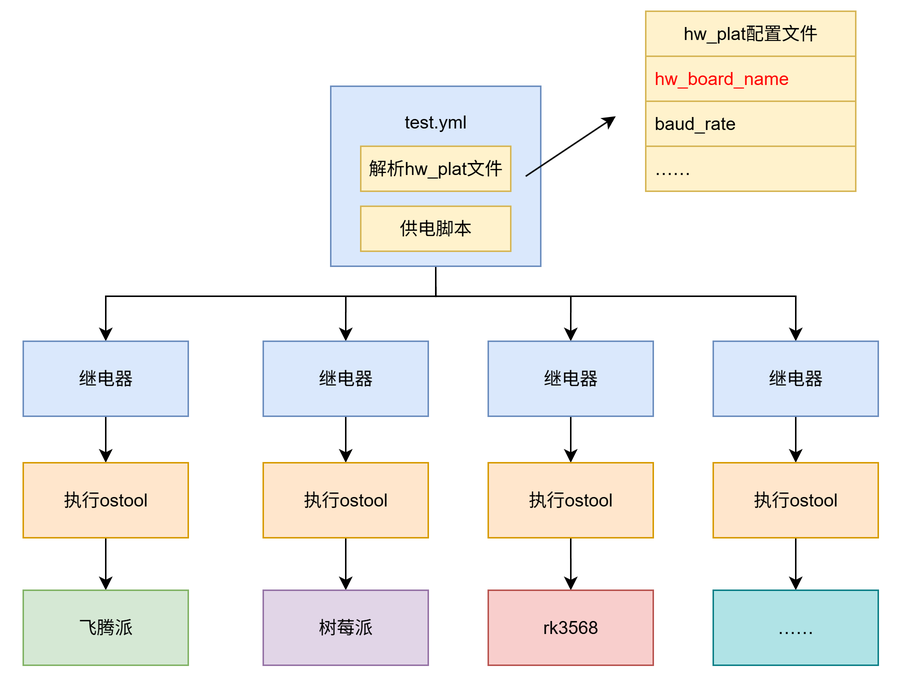
Above: img/board_test.png in arceos-hypervisor/axboard_test (draw.io), before the change. Source tidied: cells renumbered, new cells last; positions are measured from the earlier drawing's top-left corner, leaving out a move shared by most shapes.
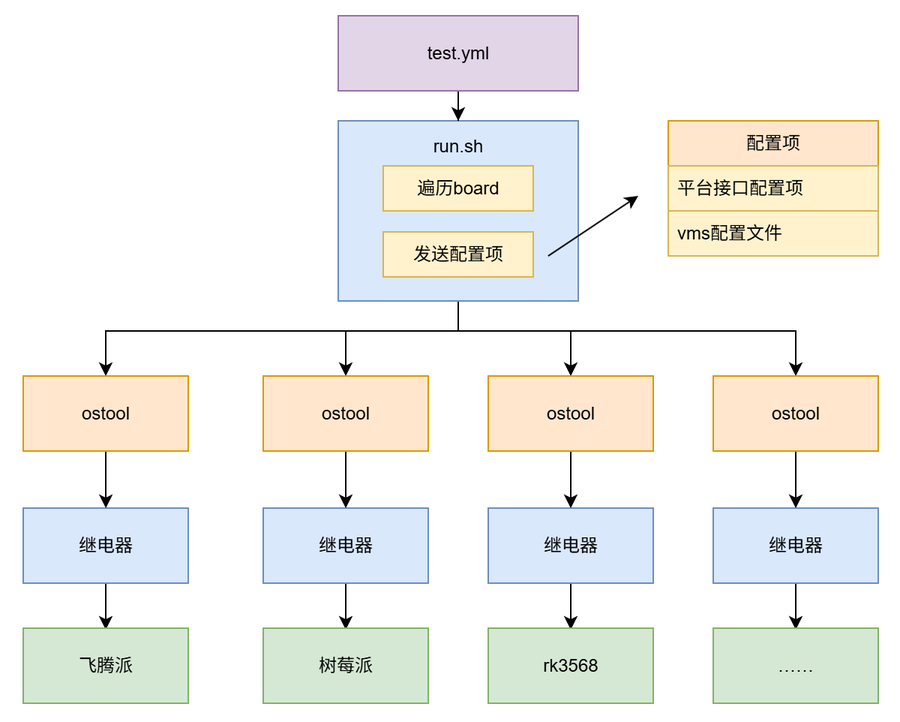
The same file after the commit.

The edit, as a diff of the source:
```diff
@@ -2,127 +2,135 @@
   <root>
     <mxCell id="0" />
     <mxCell id="1" parent="0" />
-    <mxCell id="2" style="edgeStyle=orthogonalEdgeStyle;rounded=0;jettySize=auto;html=1;exitX=0.5;exitY=1;exitDx=0;exitDy=0;entryX=0.5;entryY=0;entryDx=0;entryDy=0;" parent="1" edge="1" source="6" target="8">
-      <mxGeometry relative="1" as="geometry">
-        <Array as="points">
-          <mxPoint x="275" y="190" />
-          <mxPoint x="55" y="190" />
-        </Array>
-      </mxGeometry>
-    </mxCell>
-    <mxCell id="3" style="edgeStyle=orthogonalEdgeStyle;rounded=0;jettySize=auto;html=1;exitX=0.5;exitY=1;exitDx=0;exitDy=0;entryX=0.5;entryY=0;entryDx=0;entryDy=0;" parent="1" edge="1" source="6">
-      <mxGeometry relative="1" as="geometry">
-        <mxPoint x="215" y="220" as="targetPoint" />
-        <Array as="points">
-          <mxPoint x="275" y="190" />
-          <mxPoint x="215" y="190" />
-        </Array>
-      </mxGeometry>
-    </mxCell>
-    <mxCell id="4" style="edgeStyle=orthogonalEdgeStyle;rounded=0;jettySize=auto;html=1;exitX=0.5;exitY=1;exitDx=0;exitDy=0;entryX=0.5;entryY=0;entryDx=0;entryDy=0;" parent="1" edge="1" source="6">
-      <mxGeometry relative="1" as="geometry">
-        <mxPoint x="365" y="220" as="targetPoint" />
-        <Array as="points">
-          <mxPoint x="275" y="190" />
-          <mxPoint x="365" y="190" />
-        </Array>
-      </mxGeometry>
-    </mxCell>
-    <mxCell id="5" style="edgeStyle=orthogonalEdgeStyle;rounded=0;jettySize=auto;html=1;exitX=0.5;exitY=1;exitDx=0;exitDy=0;entryX=0.5;entryY=0;entryDx=0;entryDy=0;" parent="1" edge="1" source="6">
-      <mxGeometry relative="1" as="geometry">
-        <mxPoint x="515" y="220" as="targetPoint" />
-        <Array as="points">
-          <mxPoint x="275" y="190" />
-          <mxPoint x="515" y="190" />
-        </Array>
-      </mxGeometry>
-    </mxCell>
-    <mxCell id="6" value="test.yml&lt;div&gt;&lt;br&gt;&lt;/div&gt;&lt;div&gt;&lt;br&gt;&lt;/div&gt;&lt;div&gt;&lt;br&gt;&lt;div&gt;&lt;br&gt;&lt;/div&gt;&lt;div&gt;&lt;br&gt;&lt;/div&gt;&lt;/div&gt;" style="rounded=0;whiteSpace=wrap;html=1;fillColor=#dae8fc;strokeColor=#6c8ebf;" parent="1" vertex="1">
-      <mxGeometry x="205" y="50" width="140" height="120" as="geometry" />
-    </mxCell>
+    <mxCell id="34" style="edgeStyle=orthogonalEdgeStyle;rounded=0;jettySize=auto;html=1;entryX=0.5;entryY=0;entryDx=0;entryDy=0;" parent="1" edge="1" source="38" target="42">
+      <mxGeometry relative="1" as="geometry">
+        <Array as="points">
+          <mxPoint x="290" y="213" />
+          <mxPoint x="55" y="213" />
+        </Array>
+      </mxGeometry>
+    </mxCell>
+    <mxCell id="35" style="edgeStyle=orthogonalEdgeStyle;rounded=0;jettySize=auto;html=1;exitX=0.5;exitY=1;exitDx=0;exitDy=0;entryX=0.5;entryY=0;entryDx=0;entryDy=0;" parent="1" edge="1" source="38" target="44">
+      <mxGeometry relative="1" as="geometry">
+        <Array as="points">
+          <mxPoint x="290" y="213" />
+          <mxPoint x="215" y="213" />
+        </Array>
+      </mxGeometry>
+    </mxCell>
+    <mxCell id="36" style="edgeStyle=orthogonalEdgeStyle;rounded=0;jettySize=auto;html=1;exitX=0.5;exitY=1;exitDx=0;exitDy=0;entryX=0.5;entryY=0;entryDx=0;entryDy=0;" parent="1" edge="1" source="38" target="46">
+      <mxGeometry relative="1" as="geometry">
+        <Array as="points">
+          <mxPoint x="290" y="213" />
+          <mxPoint x="365" y="213" />
+        </Array>
+      </mxGeometry>
+    </mxCell>
+    <mxCell id="37" style="edgeStyle=orthogonalEdgeStyle;rounded=0;jettySize=auto;html=1;exitX=0.5;exitY=1;exitDx=0;exitDy=0;entryX=0.5;entryY=0;entryDx=0;entryDy=0;" parent="1" edge="1" source="38" target="48">
+      <mxGeometry relative="1" as="geometry">
+        <Array as="points">
+          <mxPoint x="290" y="213" />
+          <mxPoint x="515" y="213" />
+        </Array>
+      </mxGeometry>
+    </mxCell>
+    <mxCell id="38" value="run.sh&lt;div&gt;&lt;div&gt;&lt;br&gt;&lt;/div&gt;&lt;div&gt;&lt;br&gt;&lt;/div&gt;&lt;div&gt;&lt;br&gt;&lt;/div&gt;&lt;div&gt;&lt;br&gt;&lt;/div&gt;&lt;div&gt;&lt;br&gt;&lt;/div&gt;&lt;div&gt;&lt;br&gt;&lt;/div&gt;&lt;/div&gt;" style="rounded=0;whiteSpace=wrap;html=1;fillColor=#dae8fc;strokeColor=#6c8ebf;" parent="1" vertex="1">
+      <mxGeometry x="210" y="73" width="160" height="120" as="geometry" />
+    </mxCell>
-    <mxCell id="7" style="edgeStyle=orthogonalEdgeStyle;rounded=0;jettySize=auto;html=1;exitX=0.5;exitY=1;exitDx=0;exitDy=0;entryX=0.5;entryY=0;entryDx=0;entryDy=0;" parent="1" edge="1" source="8" target="11">
-      <mxGeometry relative="1" as="geometry" />
+    <mxCell id="7" style="edgeStyle=orthogonalEdgeStyle;rounded=0;jettySize=auto;html=1;exitX=0.5;exitY=1;exitDx=0;exitDy=0;entryX=0.5;entryY=0;entryDx=0;entryDy=0;" parent="1" edge="1" source="8">
+      <mxGeometry relative="1" as="geometry">
+        <mxPoint x="55" y="412" as="targetPoint" />
+      </mxGeometry>
     </mxCell>
     <mxCell id="8" value="继电器" style="rounded=0;whiteSpace=wrap;html=1;fillColor=#dae8fc;strokeColor=#6c8ebf;" parent="1" vertex="1">
-      <mxGeometry y="220" width="110" height="50" as="geometry" />
+      <mxGeometry y="331" width="110" height="50" as="geometry" />
     </mxCell>
-    <mxCell id="9" value="解析hw_plat文件" style="rounded=0;whiteSpace=wrap;html=1;fillColor=#fff2cc;strokeColor=#d6b656;" parent="1" vertex="1">
-      <mxGeometry x="225" y="90" width="100" height="30" as="geometry" />
+    <mxCell id="9" value="遍历board" style="rounded=0;whiteSpace=wrap;html=1;fillColor=#fff2cc;strokeColor=#d6b656;" parent="1" vertex="1">
+      <mxGeometry x="240" y="103" width="100" height="30" as="geometry" />
     </mxCell>
-    <mxCell id="10" style="edgeStyle=orthogonalEdgeStyle;rounded=0;jettySize=auto;html=1;exitX=0.5;exitY=1;exitDx=0;exitDy=0;entryX=0.5;entryY=0;entryDx=0;entryDy=0;" parent="1" edge="1" source="11" target="30">
-      <mxGeometry relative="1" as="geometry" />
-    </mxCell>
-    <mxCell id="11" value="执行ostool" style="rounded=0;whiteSpace=wrap;html=1;fillColor=#ffe6cc;strokeColor=#d79b00;" parent="1" vertex="1">
-      <mxGeometry y="301" width="110" height="50" as="geometry" />
-    </mxCell>
-    <mxCell id="12" value="供电脚本" style="rounded=0;whiteSpace=wrap;html=1;fillColor=#fff2cc;strokeColor=#d6b656;" parent="1" vertex="1">
-      <mxGeometry x="225" y="130" width="100" height="30" as="geometry" />
-    </mxCell>
-    <mxCell id="13" value="hw_plat配置文件" style="swimlane;fontStyle=0;horizontal=1;startSize=30;whiteSpace=wrap;html=1;fillColor=#fff2cc;strokeColor=#d6b656;" parent="1" vertex="1">
-      <mxGeometry x="415" width="140" height="120" as="geometry" />
+    <mxCell id="13" value="配置项" style="swimlane;fontStyle=0;horizontal=1;startSize=30;whiteSpace=wrap;html=1;fillColor=#ffe6cc;strokeColor=#d79b00;" parent="1" vertex="1">
+      <mxGeometry x="430" y="73" width="140" height="90" as="geometry" />
     </mxCell>
-    <mxCell id="14" value="&lt;font style=&quot;color: rgb(255, 0, 0);&quot;&gt;hw_board_name&lt;/font&gt;" style="text;strokeColor=#d6b656;fillColor=#fff2cc;align=left;verticalAlign=middle;spacingLeft=4;spacingRight=4;overflow=hidden;whiteSpace=wrap;html=1;" parent="13" vertex="1">
+    <mxCell id="14" value="&lt;font style=&quot;color: rgb(0, 0, 0);&quot;&gt;平台接口配置项&lt;/font&gt;" style="text;strokeColor=#d6b656;fillColor=#fff2cc;align=left;verticalAlign=middle;spacingLeft=4;spacingRight=4;overflow=hidden;whiteSpace=wrap;html=1;" parent="13" vertex="1">
       <mxGeometry y="30" width="140" height="30" as="geometry" />
     </mxCell>
-    <mxCell id="15" value="baud_rate" style="text;strokeColor=#d6b656;fillColor=#fff2cc;align=left;verticalAlign=middle;spacingLeft=4;spacingRight=4;overflow=hidden;whiteSpace=wrap;html=1;" parent="13" vertex="1">
+    <mxCell id="15" value="vms配置文件" style="text;strokeColor=#d6b656;fillColor=#fff2cc;align=left;verticalAlign=middle;spacingLeft=4;spacingRight=4;overflow=hidden;whiteSpace=wrap;html=1;" parent="13" vertex="1">
       <mxGeometry y="60" width="140" height="30" as="geometry" />
     </mxCell>
-    <mxCell id="16" value="……" style="text;strokeColor=#d6b656;fillColor=#fff2cc;align=left;verticalAlign=middle;spacingLeft=4;spacingRight=4;overflow=hidden;whiteSpace=wrap;html=1;" parent="13" vertex="1">
-      <mxGeometry y="90" width="140" height="30" as="geometry" />
-    </mxCell>
     <mxCell id="17" style="endArrow=classic;html=1;rounded=0;" parent="1" edge="1">
       <mxGeometry relative="1" as="geometry">
-        <mxPoint x="335" y="110" as="sourcePoint" />
-        <mxPoint x="395" y="70" as="targetPoint" />
+        <mxPoint x="350" y="163" as="sourcePoint" />
+        <mxPoint x="410" y="123" as="targetPoint" />
       </mxGeometry>
     </mxCell>
-    <mxCell id="18" style="edgeStyle=orthogonalEdgeStyle;rounded=0;jettySize=auto;html=1;exitX=0.5;exitY=1;exitDx=0;exitDy=0;entryX=0.5;entryY=0;entryDx=0;entryDy=0;" parent="1" edge="1" source="19" target="25">
-      <mxGeometry relative="1" as="geometry" />
+    <mxCell id="18" style="edgeStyle=orthogonalEdgeStyle;rounded=0;jettySize=auto;html=1;exitX=0.5;exitY=1;exitDx=0;exitDy=0;entryX=0.5;entryY=0;entryDx=0;entryDy=0;" parent="1" edge="1" source="19">
+      <mxGeometry relative="1" as="geometry">
+        <mxPoint x="515" y="412" as="targetPoint" />
+      </mxGeometry>
     </mxCell>
     <mxCell id="19" value="继电器" style="rounded=0;whiteSpace=wrap;html=1;fillColor=#dae8fc;strokeColor=#6c8ebf;" parent="1" vertex="1">
-      <mxGeometry x="460" y="220" width="110" height="50" as="geometry" />
+      <mxGeometry x="460" y="331" width="110" height="50" as="geometry" />
     </mxCell>
-    <mxCell id="20" style="edgeStyle=orthogonalEdgeStyle;rounded=0;jettySize=auto;html=1;exitX=0.5;exitY=1;exitDx=0;exitDy=0;entryX=0.5;entryY=0;entryDx=0;entryDy=0;" parent="1" edge="1" source="21" target="27">
-      <mxGeometry relative="1" as="geometry" />
+    <mxCell id="20" style="edgeStyle=orthogonalEdgeStyle;rounded=0;jettySize=auto;html=1;exitX=0.5;exitY=1;exitDx=0;exitDy=0;entryX=0.5;entryY=0;entryDx=0;entryDy=0;" parent="1" edge="1" source="21">
+      <mxGeometry relative="1" as="geometry">
+        <mxPoint x="365" y="412" as="targetPoint" />
+      </mxGeometry>
     </mxCell>
     <mxCell id="21" value="继电器" style="rounded=0;whiteSpace=wrap;html=1;fillColor=#dae8fc;strokeColor=#6c8ebf;" parent="1" vertex="1">
-      <mxGeometry x="310" y="220" width="110" height="50" as="geometry" />
+      <mxGeometry x="310" y="331" width="110" height="50" as="geometry" />
     </mxCell>
-    <mxCell id="22" style="edgeStyle=orthogonalEdgeStyle;rounded=0;jettySize=auto;html=1;exitX=0.5;exitY=1;exitDx=0;exitDy=0;entryX=0.5;entryY=0;entryDx=0;entryDy=0;" parent="1" edge="1" source="23" target="29">
-      <mxGeometry relative="1" as="geometry" />
+    <mxCell id="22" style="edgeStyle=orthogonalEdgeStyle;rounded=0;jettySize=auto;html=1;exitX=0.5;exitY=1;exitDx=0;exitDy=0;entryX=0.5;entryY=0;entryDx=0;entryDy=0;" parent="1" edge="1" source="23">
+      <mxGeometry relative="1" as="geometry">
+        <mxPoint x="215" y="412" as="targetPoint" />
+      </mxGeometry>
     </mxCell>
     <mxCell id="23" value="继电器" style="rounded=0;whiteSpace=wrap;html=1;fillColor=#dae8fc;strokeColor=#6c8ebf;" parent="1" vertex="1">
-      <mxGeometry x="160" y="220" width="110" height="50" as="geometry" />
+      <mxGeometry x="160" y="331" width="110" height="50" as="geometry" />
     </mxCell>
-    <mxCell id="24" style="edgeStyle=orthogonalEdgeStyle;rounded=0;jettySize=auto;html=1;exitX=0.5;exitY=1;exitDx=0;exitDy=0;entryX=0.5;entryY=0;entryDx=0;entryDy=0;" parent="1" edge="1" source="25" target="33">
-      <mxGeometry relative="1" as="geometry" />
-    </mxCell>
-    <mxCell id="25" value="执行ostool" style="rounded=0;whiteSpace=wrap;html=1;fillColor=#ffe6cc;strokeColor=#d79b00;" parent="1" vertex="1">
-      <mxGeometry x="460" y="301" width="110" height="50" as="geometry" />
-    </mxCell>
-    <mxCell id="26" style="edgeStyle=orthogonalEdgeStyle;rounded=0;jettySize=auto;html=1;exitX=0.5;exitY=1;exitDx=0;exitDy=0;" parent="1" edge="1" source="27" target="32">
-      <mxGeometry relative="1" as="geometry" />
-    </mxCell>
-    <mxCell id="27" value="执行ostool" style="rounded=0;whiteSpace=wrap;html=1;fillColor=#ffe6cc;strokeColor=#d79b00;" parent="1" vertex="1">
-      <mxGeometry x="310" y="301" width="110" height="50" as="geometry" />
-    </mxCell>
-    <mxCell id="28" style="edgeStyle=orthogonalEdgeStyle;rounded=0;jettySize=auto;html=1;exitX=0.5;exitY=1;exitDx=0;exitDy=0;entryX=0.5;entryY=0;entryDx=0;entryDy=0;" parent="1" edge="1" source="29" target="31">
-      <mxGeometry relative="1" as="geometry" />
-    </mxCell>
-    <mxCell id="29" value="执行ostool" style="rounded=0;whiteSpace=wrap;html=1;fillColor=#ffe6cc;strokeColor=#d79b00;" parent="1" vertex="1">
-      <mxGeometry x="160" y="301" width="110" height="50" as="geometry" />
-    </mxCell>
     <mxCell id="30" value="飞腾派" style="rounded=0;whiteSpace=wrap;html=1;fillColor=#d5e8d4;strokeColor=#82b366;" parent="1" vertex="1">
-      <mxGeometry y="386" width="110" height="50" as="geometry" />
+      <mxGeometry y="411" width="110" height="50" as="geometry" />
     </mxCell>
-    <mxCell id="31" value="树莓派" style="rounded=0;whiteSpace=wrap;html=1;fillColor=#e1d5e7;strokeColor=#9673a6;" parent="1" vertex="1">
-      <mxGeometry x="160" y="386" width="110" height="50" as="geometry" />
+    <mxCell id="31" value="树莓派" style="rounded=0;whiteSpace=wrap;html=1;fillColor=#d5e8d4;strokeColor=#82b366;" parent="1" vertex="1">
+      <mxGeometry x="160" y="411" width="110" height="50" as="geometry" />
     </mxCell>
-    <mxCell id="32" value="rk3568" style="rounded=0;whiteSpace=wrap;html=1;fillColor=#f8cecc;strokeColor=#b85450;" parent="1" vertex="1">
-      <mxGeometry x="310" y="386" width="110" height="50" as="geometry" />
+    <mxCell id="32" value="rk3568" style="rounded=0;whiteSpace=wrap;html=1;fillColor=#d5e8d4;strokeColor=#82b366;" parent="1" vertex="1">
+      <mxGeometry x="310" y="411" width="110" height="50" as="geometry" />
     </mxCell>
-    <mxCell id="33" value="……" style="rounded=0;whiteSpace=wrap;html=1;fillColor=#b0e3e6;strokeColor=#0e8088;" parent="1" vertex="1">
-      <mxGeometry x="460" y="386" width="110" height="50" as="geometry" />
+    <mxCell id="33" value="……" style="rounded=0;whiteSpace=wrap;html=1;fillColor=#d5e8d4;strokeColor=#82b366;" parent="1" vertex="1">
+      <mxGeometry x="460" y="411" width="110" height="50" as="geometry" />
     </mxCell>
+    <mxCell id="39" style="edgeStyle=orthogonalEdgeStyle;rounded=0;jettySize=auto;html=1;entryX=0.5;entryY=0;entryDx=0;entryDy=0;" parent="1" edge="1" source="6" target="38">
+      <mxGeometry relative="1" as="geometry" />
+    </mxCell>
+    <mxCell id="6" value="test.yml" style="rounded=0;whiteSpace=wrap;html=1;fillColor=#e1d5e7;strokeColor=#9673a6;" parent="1" vertex="1">
+      <mxGeometry x="210" y="3" width="160" height="50" as="geometry" />
+    </mxCell>
+    <mxCell id="40" value="发送配置项" style="rounded=0;whiteSpace=wrap;html=1;fillColor=#fff2cc;strokeColor=#d6b656;" parent="1" vertex="1">
+      <mxGeometry x="240" y="147" width="100" height="30" as="geometry" />
+    </mxCell>
+    <mxCell id="41" style="edgeStyle=orthogonalEdgeStyle;rounded=0;jettySize=auto;html=1;exitX=0.5;exitY=1;exitDx=0;exitDy=0;" parent="1" edge="1" source="42" target="8">
+      <mxGeometry relative="1" as="geometry" />
+    </mxCell>
+    <mxCell id="42" value="ostool" style="rounded=0;whiteSpace=wrap;html=1;fillColor=#ffe6cc;strokeColor=#d79b00;" parent="1" vertex="1">
+      <mxGeometry y="243" width="110" height="50" as="geometry" />
+    </mxCell>
+    <mxCell id="43" style="edgeStyle=orthogonalEdgeStyle;rounded=0;jettySize=auto;html=1;exitX=0.5;exitY=1;exitDx=0;exitDy=0;entryX=0.5;entryY=0;entryDx=0;entryDy=0;" parent="1" edge="1" source="44" target="23">
+      <mxGeometry relative="1" as="geometry" />
+    </mxCell>
+    <mxCell id="44" value="ostool" style="rounded=0;whiteSpace=wrap;html=1;fillColor=#ffe6cc;strokeColor=#d79b00;" parent="1" vertex="1">
+      <mxGeometry x="160" y="243" width="110" height="50" as="geometry" />
+    </mxCell>
+    <mxCell id="45" style="edgeStyle=orthogonalEdgeStyle;rounded=0;jettySize=auto;html=1;exitX=0.5;exitY=1;exitDx=0;exitDy=0;entryX=0.5;entryY=0;entryDx=0;entryDy=0;" parent="1" edge="1" source="46" target="21">
+      <mxGeometry relative="1" as="geometry" />
+    </mxCell>
+    <mxCell id="46" value="ostool" style="rounded=0;whiteSpace=wrap;html=1;fillColor=#ffe6cc;strokeColor=#d79b00;" parent="1" vertex="1">
+      <mxGeometry x="310" y="243" width="110" height="50" as="geometry" />
+    </mxCell>
+    <mxCell id="47" style="edgeStyle=orthogonalEdgeStyle;rounded=0;jettySize=auto;html=1;exitX=0.5;exitY=1;exitDx=0;exitDy=0;entryX=0.5;entryY=0;entryDx=0;entryDy=0;" parent="1" edge="1" source="48" target="19">
+      <mxGeometry relative="1" as="geometry" />
+    </mxCell>
+    <mxCell id="48" value="ostool" style="rounded=0;whiteSpace=wrap;html=1;fillColor=#ffe6cc;strokeColor=#d79b00;" parent="1" vertex="1">
+      <mxGeometry x="460" y="243" width="110" height="50" as="geometry" />
+    </mxCell>
   </root>
 </mxGraphModel>
```
